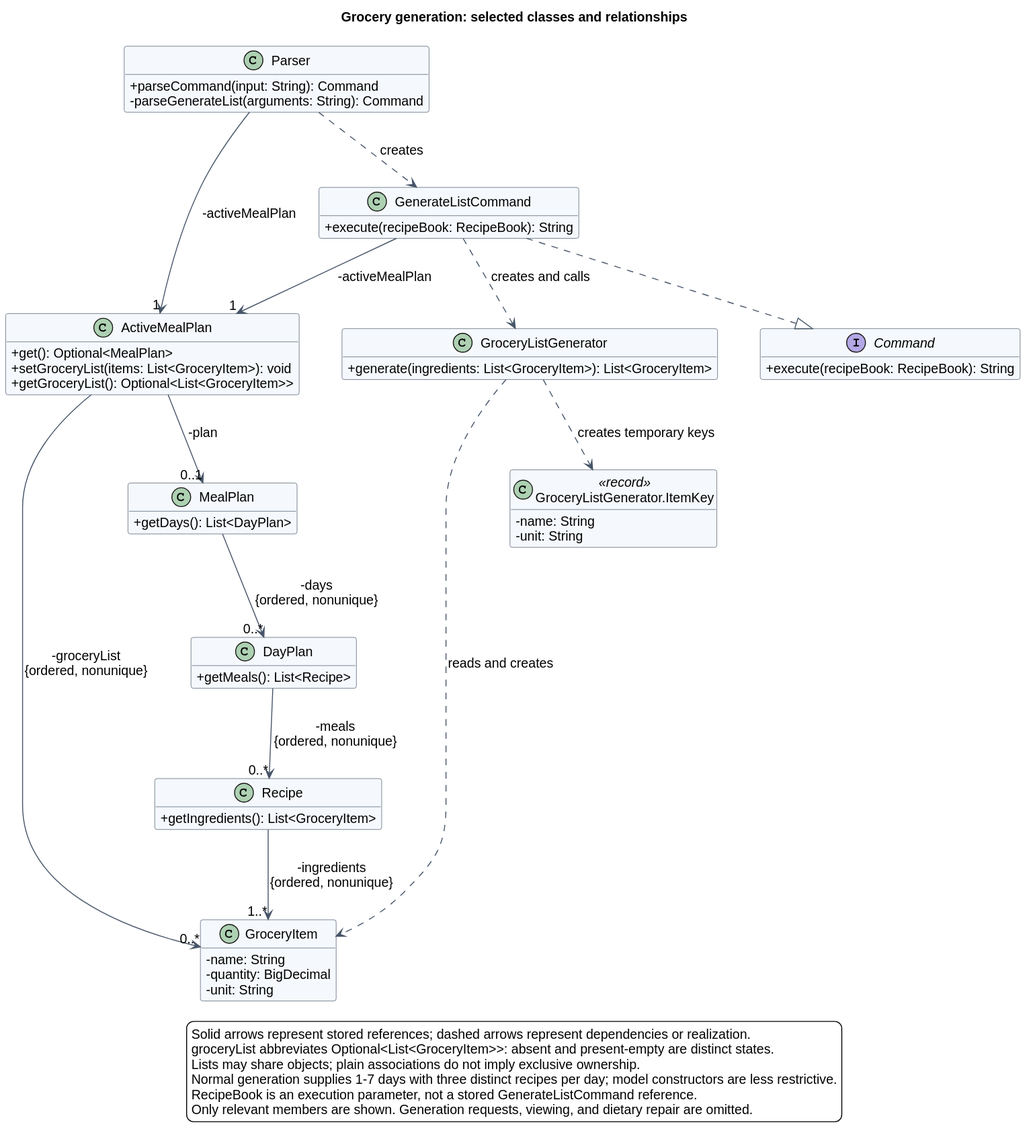
The PlantUML diagram docs/images/oilybikechain/grocery-classes.svg in AY2627S1-CS2113-W13-4/tp, before a commit.
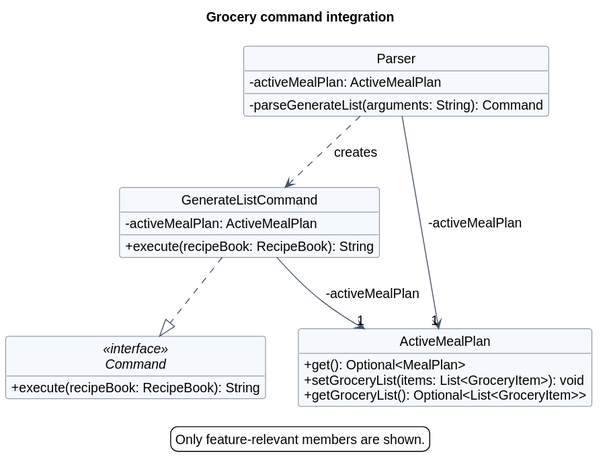
Later version of the same file.

What changed in the source:
```diff
@@ -1,20 +1,23 @@
 @startuml
 !pragma layout smetana
-!include ../shortfall/style.iuml
-title Grocery generation: selected classes and relationships
+!include ../rixte/shortfall/style.iuml
+hide circle
+
+title Grocery command integration
 top to bottom direction
-skinparam nodesep 45
-skinparam ranksep 60
+skinparam nodesep 35
+skinparam ranksep 55
 hide empty members
 
 class Parser {
-  + parseCommand(input: String): Command
+  - activeMealPlan: ActiveMealPlan
   - parseGenerateList(arguments: String): Command
 }
-interface Command {
+interface Command <<interface>> {
   + execute(recipeBook: RecipeBook): String
 }
 class GenerateListCommand {
+  - activeMealPlan: ActiveMealPlan
   + execute(recipeBook: RecipeBook): String
 }
 class ActiveMealPlan {
@@ -22,47 +25,11 @@
   + setGroceryList(items: List<GroceryItem>): void
   + getGroceryList(): Optional<List<GroceryItem>>
 }
-class MealPlan {
-  + getDays(): List<DayPlan>
-}
-class DayPlan {
-  + getMeals(): List<Recipe>
-}
-class Recipe {
-  + getIngredients(): List<GroceryItem>
-}
-class GroceryItem {
-  - name: String
-  - quantity: BigDecimal
-  - unit: String
-}
-class GroceryListGenerator {
-  + generate(ingredients: List<GroceryItem>): List<GroceryItem>
-}
-class "GroceryListGenerator.ItemKey" as ItemKey <<record>> {
-  - name: String
-  - unit: String
-}
-
 Parser --> "1" ActiveMealPlan : -activeMealPlan
 Parser ..> GenerateListCommand : creates
 GenerateListCommand ..|> Command
 GenerateListCommand --> "1" ActiveMealPlan : -activeMealPlan
-GenerateListCommand ..> GroceryListGenerator : creates and calls
-GroceryListGenerator ..> ItemKey : creates temporary keys
-GroceryListGenerator ..> GroceryItem : reads and creates
-ActiveMealPlan --> "0..1" MealPlan : -plan
-ActiveMealPlan --> "0..*" GroceryItem : -groceryList\n{ordered, nonunique}
-MealPlan --> "0..*" DayPlan : -days\n{ordered, nonunique}
-DayPlan --> "0..*" Recipe : -meals\n{ordered, nonunique}
-Recipe --> "1..*" GroceryItem : -ingredients\n{ordered, nonunique}
-
 legend bottom
-  Solid arrows represent stored references; dashed arrows represent dependencies or realization.
-  groceryList abbreviates Optional<List<GroceryItem>>: absent and present-empty are distinct states.
-  Lists may share objects; plain associations do not imply exclusive ownership.
-  Normal generation supplies 1-7 days with three distinct recipes per day; model constructors are less restrictive.
-  RecipeBook is an execution parameter, not a stored GenerateListCommand reference.
-  Only relevant members are shown. Generation requests, viewing, and dietary repair are omitted.
+  Only feature-relevant members are shown.
 endlegend
 @enduml
```
